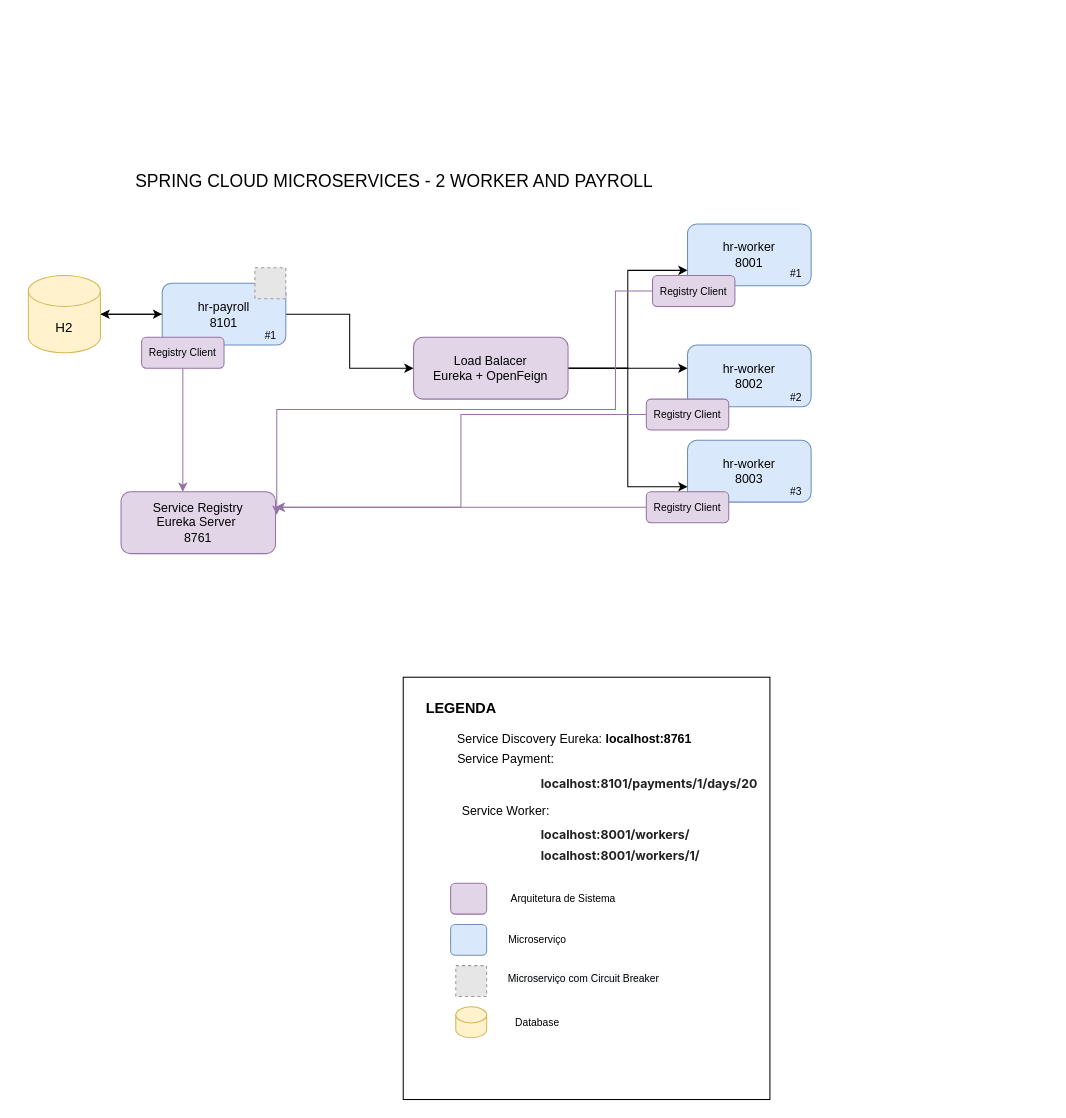
Above: Diagrama Microservico 2.drawio in CarlosRobertoMedeiros/study-microservice-springcloud-2 (draw.io), before the change. Source tidied: cells renumbered, new cells numbered last; positions are measured from the earlier drawing's top-left corner, leaving out a move shared by most shapes. Both pictures are drawn from the tidied source at 103%, with x=0, y=0 at pixel (28, 172). Pictures stored in the file or linked from it are replaced by grey dashed boxes.
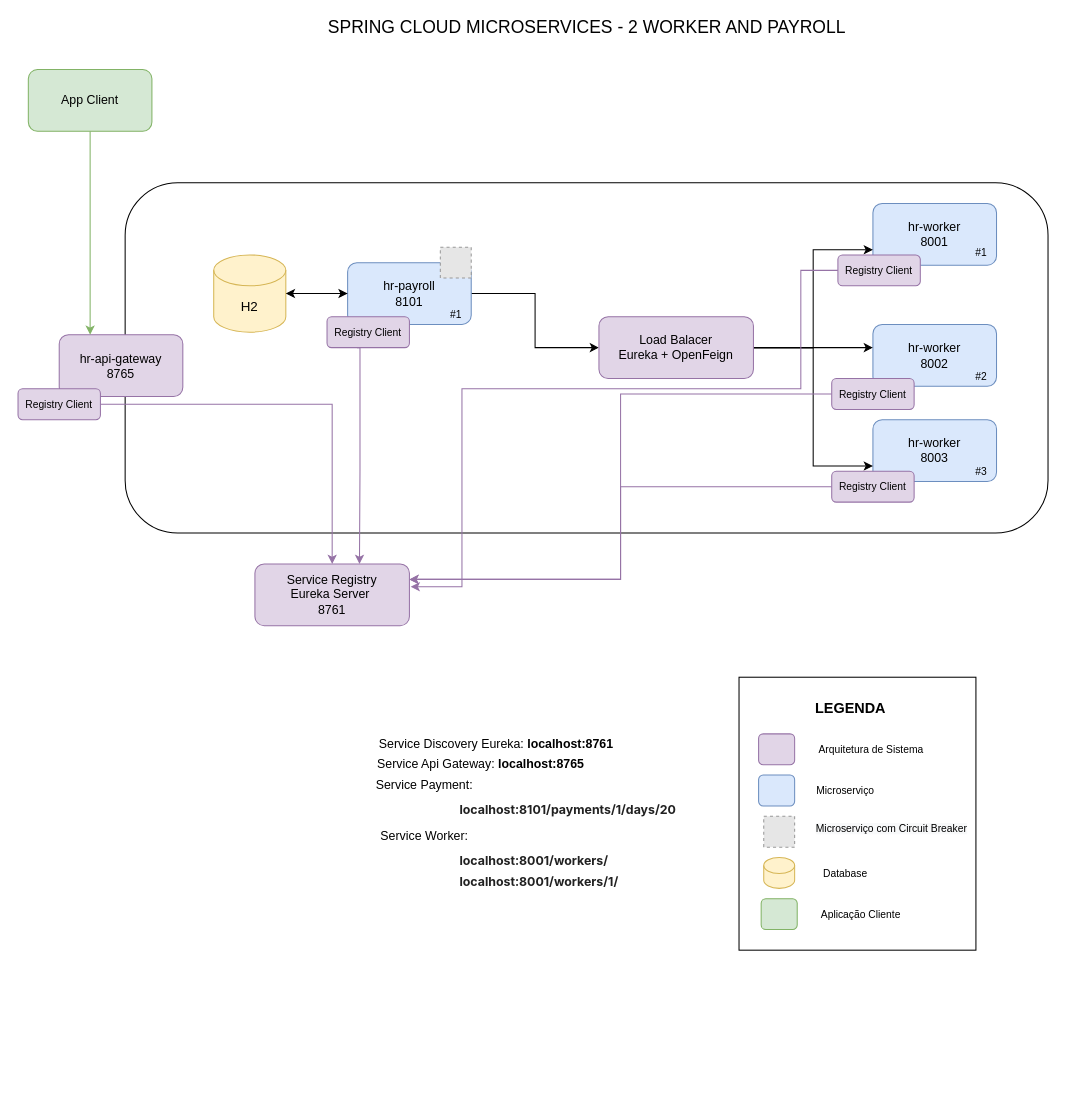
The same page after the edit.

Commit message (it also covers changes not shown here):
Implementado o Api Gateway, faltando apenas a configuração de timeout

What changed in the source:
```diff
@@
+    <mxCell id="46" style="rounded=1;whiteSpace=wrap;html=1;fontSize=10;" parent="1" vertex="1">
+      <mxGeometry x="94" y="10" width="896" height="340" as="geometry" />
+    </mxCell>
     <mxCell id="2" style="rounded=0;whiteSpace=wrap;html=1;" parent="1" vertex="1">
-      <mxGeometry x="364" y="490" width="356" height="410" as="geometry" />
+      <mxGeometry x="690" y="490" width="230" height="265" as="geometry" />
     </mxCell>
     <mxCell id="3" value="hr-worker&lt;br&gt;8001" style="rounded=1;whiteSpace=wrap;html=1;fillColor=#dae8fc;strokeColor=#6c8ebf;" parent="1" vertex="1">
-      <mxGeometry x="640" y="50" width="120" height="60" as="geometry" />
+      <mxGeometry x="820" y="30" width="120" height="60" as="geometry" />
     </mxCell>
     <mxCell id="4" style="edgeStyle=orthogonalEdgeStyle;rounded=0;jettySize=auto;html=1;fontSize=13;" parent="1" edge="1" source="6">
       <mxGeometry relative="1" as="geometry">
-        <mxPoint x="70" y="137.5" as="targetPoint" />
+        <mxPoint x="250" y="117.5" as="targetPoint" />
       </mxGeometry>
     </mxCell>
@@
     <mxCell id="6" value="hr-payroll&lt;br&gt;8101" style="rounded=1;whiteSpace=wrap;html=1;fillColor=#dae8fc;strokeColor=#6c8ebf;" parent="1" vertex="1">
-      <mxGeometry x="130" y="107.5" width="120" height="60" as="geometry" />
+      <mxGeometry x="310" y="87.5" width="120" height="60" as="geometry" />
     </mxCell>
     <mxCell id="7" value="&lt;font style=&quot;font-size: 17px&quot;&gt;SPRING CLOUD MICROSERVICES - 2 WORKER AND PAYROLL&lt;/font&gt;" style="text;html=1;align=center;verticalAlign=middle;strokeColor=none;fillColor=none;" parent="1" vertex="1">
-      <mxGeometry x="95" width="520" height="20" as="geometry" />
+      <mxGeometry x="282" y="-150" width="520" height="20" as="geometry" />
     </mxCell>
     <mxCell id="8" value="Service Registry&lt;br&gt;Eureka Server&amp;nbsp;&lt;br&gt;8761" style="rounded=1;whiteSpace=wrap;html=1;fillColor=#e1d5e7;strokeColor=#9673a6;" parent="1" vertex="1">
-      <mxGeometry x="90" y="310" width="150" height="60" as="geometry" />
+      <mxGeometry x="220" y="380" width="150" height="60" as="geometry" />
     </mxCell>
-    <mxCell id="9" value="Service Discovery Eureka: &lt;b&gt;localhost:8761&lt;/b&gt;" style="text;html=1;align=center;verticalAlign=middle;strokeColor=none;fillColor=none;" parent="1" vertex="1">
-      <mxGeometry x="410" y="540" width="240" height="20" as="geometry" />
-    </mxCell>
-    <mxCell id="10" value="Service Payment:&amp;nbsp;" style="text;html=1;align=center;verticalAlign=middle;strokeColor=none;fillColor=none;" parent="1" vertex="1">
-      <mxGeometry x="410" y="560" width="110" height="20" as="geometry" />
-    </mxCell>
-    <mxCell id="11" value="&lt;span style=&quot;color: rgb(33 , 33 , 33) ; font-family: &amp;#34;inter&amp;#34; , &amp;#34;opensans&amp;#34; , &amp;#34;helvetica&amp;#34; , &amp;#34;arial&amp;#34; , sans-serif ; font-size: 12px ; font-style: normal ; letter-spacing: normal ; text-align: left ; text-indent: 0px ; text-transform: none ; word-spacing: 0px ; background-color: rgb(255 , 255 , 255) ; display: inline ; float: none&quot;&gt;&lt;b&gt;localhost:8101/payments/1/days/20&lt;/b&gt;&lt;br&gt;&lt;/span&gt;" style="text;whiteSpace=wrap;html=1;" parent="1" vertex="1">
-      <mxGeometry x="496" y="580" width="190" height="40" as="geometry" />
-    </mxCell>
-    <mxCell id="12" value="&lt;b style=&quot;color: rgb(33 , 33 , 33) ; font-family: &amp;#34;inter&amp;#34; , &amp;#34;opensans&amp;#34; , &amp;#34;helvetica&amp;#34; , &amp;#34;arial&amp;#34; , sans-serif ; font-size: 12px ; font-style: normal ; letter-spacing: normal ; text-align: left ; text-indent: 0px ; text-transform: none ; word-spacing: 0px&quot;&gt;localhost:8001/workers/&lt;/b&gt;" style="text;whiteSpace=wrap;html=1;" parent="1" vertex="1">
-      <mxGeometry x="496" y="630" width="170" height="30" as="geometry" />
-    </mxCell>
-    <mxCell id="13" value="Service Worker:&amp;nbsp;" style="text;html=1;align=center;verticalAlign=middle;strokeColor=none;fillColor=none;" parent="1" vertex="1">
-      <mxGeometry x="415" y="610" width="100" height="20" as="geometry" />
-    </mxCell>
-    <mxCell id="14" value="&lt;b style=&quot;color: rgb(33, 33, 33); font-family: inter, opensans, helvetica, arial, sans-serif; font-size: 12px; font-style: normal; letter-spacing: normal; text-align: left; text-indent: 0px; text-transform: none; word-spacing: 0px;&quot;&gt;localhost:8001/workers/1/&lt;/b&gt;" style="text;whiteSpace=wrap;html=1;" parent="1" vertex="1">
-      <mxGeometry x="496" y="650" width="170" height="30" as="geometry" />
-    </mxCell>
     <mxCell id="15" value="&lt;b&gt;&lt;font style=&quot;font-size: 14px&quot;&gt;LEGENDA&lt;/font&gt;&lt;/b&gt;" style="text;html=1;align=center;verticalAlign=middle;strokeColor=none;fillColor=none;" parent="1" vertex="1">
-      <mxGeometry x="380" y="510" width="80" height="20" as="geometry" />
+      <mxGeometry x="758" y="510" width="80" height="20" as="geometry" />
     </mxCell>
     <mxCell id="16" style="edgeStyle=orthogonalEdgeStyle;rounded=0;jettySize=auto;html=1;entryX=0;entryY=0.5;entryDx=0;entryDy=0;fontSize=13;" parent="1" edge="1" source="17" target="6">
       <mxGeometry relative="1" as="geometry">
         <Array as="points">
-          <mxPoint x="70" y="138" />
-          <mxPoint x="70" y="138" />
+          <mxPoint x="250" y="118" />
+          <mxPoint x="250" y="118" />
         </Array>
       </mxGeometry>
     </mxCell>
     <mxCell id="17" value="&lt;span style=&quot;font-size: 13px&quot;&gt;H2&lt;/span&gt;" style="shape=cylinder3;whiteSpace=wrap;html=1;boundedLbl=1;backgroundOutline=1;size=15;fontSize=17;fillColor=#fff2cc;strokeColor=#d6b656;" parent="1" vertex="1">
-      <mxGeometry y="100" width="70" height="75" as="geometry" />
+      <mxGeometry x="180" y="80" width="70" height="75" as="geometry" />
     </mxCell>
     <mxCell id="18" style="fillColor=#E6E6E6;strokeColor=#999999;dashed=1;verticalLabelPosition=bottom;labelBackgroundColor=default;verticalAlign=top;" parent="1" vertex="1">
-      <mxGeometry x="220" y="92.5" width="30" height="30" as="geometry" />
+      <mxGeometry x="400" y="72.5" width="30" height="30" as="geometry" />
     </mxCell>
     <mxCell id="19" value="hr-worker&lt;br&gt;8002" style="rounded=1;whiteSpace=wrap;html=1;fillColor=#dae8fc;strokeColor=#6c8ebf;" parent="1" vertex="1">
-      <mxGeometry x="640" y="167.5" width="120" height="60" as="geometry" />
+      <mxGeometry x="820" y="147.5" width="120" height="60" as="geometry" />
     </mxCell>
     <mxCell id="20" value="hr-worker&lt;br&gt;8003" style="rounded=1;whiteSpace=wrap;html=1;fillColor=#dae8fc;strokeColor=#6c8ebf;" parent="1" vertex="1">
-      <mxGeometry x="640" y="260" width="120" height="60" as="geometry" />
+      <mxGeometry x="820" y="240" width="120" height="60" as="geometry" />
     </mxCell>
@@
     <mxCell id="22" style="edgeStyle=orthogonalEdgeStyle;rounded=0;jettySize=auto;html=1;fontSize=13;" parent="1" edge="1" source="24">
       <mxGeometry relative="1" as="geometry">
-        <mxPoint x="640" y="190" as="targetPoint" />
+        <mxPoint x="820" y="170" as="targetPoint" />
         <Array as="points">
-          <mxPoint x="640" y="190" />
+          <mxPoint x="820" y="170" />
         </Array>
       </mxGeometry>
     </mxCell>
@@
     <mxCell id="24" value="Load Balacer&lt;br&gt;Eureka + OpenFeign" style="rounded=1;whiteSpace=wrap;html=1;fillColor=#e1d5e7;strokeColor=#9673a6;" parent="1" vertex="1">
-      <mxGeometry x="374" y="160" width="150" height="60" as="geometry" />
+      <mxGeometry x="554" y="140" width="150" height="60" as="geometry" />
     </mxCell>
     <mxCell id="25" style="edgeStyle=orthogonalEdgeStyle;rounded=0;jettySize=auto;html=1;entryX=1.008;entryY=0.37;entryDx=0;entryDy=0;entryPerimeter=0;fontSize=10;fillColor=#e1d5e7;strokeColor=#9673a6;" parent="1" edge="1" source="26" target="8">
       <mxGeometry relative="1" as="geometry">
         <Array as="points">
-          <mxPoint x="570" y="115" />
-          <mxPoint x="570" y="230" />
-          <mxPoint x="241" y="230" />
+          <mxPoint x="750" y="95" />
+          <mxPoint x="750" y="210" />
+          <mxPoint x="421" y="210" />
         </Array>
       </mxGeometry>
     </mxCell>
     <mxCell id="26" value="&lt;font style=&quot;font-size: 10px&quot;&gt;Registry&amp;nbsp;Client&lt;/font&gt;" style="rounded=1;whiteSpace=wrap;html=1;fillColor=#e1d5e7;strokeColor=#9673a6;" parent="1" vertex="1">
-      <mxGeometry x="606" y="100" width="80" height="30" as="geometry" />
+      <mxGeometry x="786" y="80" width="80" height="30" as="geometry" />
     </mxCell>
@@
     <mxCell id="29" value="&lt;font style=&quot;font-size: 10px&quot;&gt;Registry&amp;nbsp;Client&lt;/font&gt;" style="rounded=1;whiteSpace=wrap;html=1;fillColor=#e1d5e7;strokeColor=#9673a6;" parent="1" vertex="1">
-      <mxGeometry x="600" y="220" width="80" height="30" as="geometry" />
+      <mxGeometry x="780" y="200" width="80" height="30" as="geometry" />
     </mxCell>
@@
     <mxCell id="31" value="&lt;font style=&quot;font-size: 10px&quot;&gt;Registry&amp;nbsp;Client&lt;/font&gt;" style="rounded=1;whiteSpace=wrap;html=1;fillColor=#e1d5e7;strokeColor=#9673a6;" parent="1" vertex="1">
-      <mxGeometry x="600" y="310" width="80" height="30" as="geometry" />
+      <mxGeometry x="780" y="290" width="80" height="30" as="geometry" />
     </mxCell>
-    <mxCell id="32" style="edgeStyle=orthogonalEdgeStyle;rounded=0;jettySize=auto;html=1;fontSize=10;fillColor=#e1d5e7;strokeColor=#9673a6;" parent="1" edge="1" source="33">
+    <mxCell id="32" style="edgeStyle=orthogonalEdgeStyle;rounded=0;orthogonalLoop=1;jettySize=auto;html=1;fontSize=10;fillColor=#e1d5e7;strokeColor=#9673a6;entryX=0.75;entryY=0;entryDx=0;entryDy=0;" parent="1" edge="1">
       <mxGeometry relative="1" as="geometry">
-        <mxPoint x="150" y="310" as="targetPoint" />
+        <mxPoint x="319" y="170" as="sourcePoint" />
+        <mxPoint x="321.5" y="380" as="targetPoint" />
         <Array as="points">
-          <mxPoint x="150" y="310" />
+          <mxPoint x="322" y="170" />
+          <mxPoint x="322" y="290" />
         </Array>
       </mxGeometry>
     </mxCell>
     <mxCell id="33" value="&lt;font style=&quot;font-size: 10px&quot;&gt;Registry&amp;nbsp;Client&lt;/font&gt;" style="rounded=1;whiteSpace=wrap;html=1;fillColor=#e1d5e7;strokeColor=#9673a6;" parent="1" vertex="1">
-      <mxGeometry x="110" y="160" width="80" height="30" as="geometry" />
+      <mxGeometry x="290" y="140" width="80" height="30" as="geometry" />
     </mxCell>
     <mxCell id="34" style="rounded=1;whiteSpace=wrap;html=1;fontSize=10;fillColor=#e1d5e7;strokeColor=#9673a6;" parent="1" vertex="1">
-      <mxGeometry x="410" y="690" width="35" height="30" as="geometry" />
+      <mxGeometry x="709" y="545" width="35" height="30" as="geometry" />
     </mxCell>
     <mxCell id="35" style="rounded=1;whiteSpace=wrap;html=1;fontSize=10;fillColor=#dae8fc;strokeColor=#6c8ebf;" parent="1" vertex="1">
-      <mxGeometry x="410" y="730" width="35" height="30" as="geometry" />
+      <mxGeometry x="709" y="585" width="35" height="30" as="geometry" />
     </mxCell>
     <mxCell id="36" value="Arquitetura de Sistema" style="text;html=1;align=center;verticalAlign=middle;strokeColor=none;fillColor=none;fontSize=10;" parent="1" vertex="1">
-      <mxGeometry x="459" y="695" width="120" height="20" as="geometry" />
+      <mxGeometry x="758" y="550" width="120" height="20" as="geometry" />
     </mxCell>
     <mxCell id="37" value="Microserviço" style="text;html=1;align=center;verticalAlign=middle;strokeColor=none;fillColor=none;fontSize=10;" parent="1" vertex="1">
-      <mxGeometry x="459" y="735" width="70" height="20" as="geometry" />
+      <mxGeometry x="758" y="590" width="70" height="20" as="geometry" />
     </mxCell>
     <mxCell id="38" style="fillColor=#E6E6E6;strokeColor=#999999;dashed=1;verticalLabelPosition=bottom;labelBackgroundColor=default;verticalAlign=top;" parent="1" vertex="1">
-      <mxGeometry x="415" y="770" width="30" height="30" as="geometry" />
+      <mxGeometry x="714" y="625" width="30" height="30" as="geometry" />
     </mxCell>
     <mxCell id="39" value="&lt;span style=&quot;color: rgb(0 , 0 , 0) ; font-family: &amp;#34;helvetica&amp;#34; ; font-size: 10px ; font-style: normal ; font-weight: 400 ; letter-spacing: normal ; text-align: center ; text-indent: 0px ; text-transform: none ; word-spacing: 0px ; background-color: rgb(248 , 249 , 250) ; display: inline ; float: none&quot;&gt;Microserviço com Circuit Breaker&lt;/span&gt;" style="text;whiteSpace=wrap;html=1;fontSize=10;" parent="1" vertex="1">
-      <mxGeometry x="464" y="770" width="150" height="30" as="geometry" />
+      <mxGeometry x="763" y="625" width="150" height="30" as="geometry" />
     </mxCell>
     <mxCell id="40" value="#1" style="text;html=1;align=center;verticalAlign=middle;strokeColor=none;fillColor=none;fontSize=10;" parent="1" vertex="1">
-      <mxGeometry x="220" y="147.5" width="30" height="20" as="geometry" />
+      <mxGeometry x="400" y="127.5" width="30" height="20" as="geometry" />
     </mxCell>
     <mxCell id="41" value="#1" style="text;html=1;align=center;verticalAlign=middle;strokeColor=none;fillColor=none;fontSize=10;" parent="1" vertex="1">
-      <mxGeometry x="730" y="87.5" width="30" height="20" as="geometry" />
+      <mxGeometry x="910" y="67.5" width="30" height="20" as="geometry" />
     </mxCell>
     <mxCell id="42" value="#2" style="text;html=1;align=center;verticalAlign=middle;strokeColor=none;fillColor=none;fontSize=10;" parent="1" vertex="1">
-      <mxGeometry x="730" y="207.5" width="30" height="20" as="geometry" />
+      <mxGeometry x="910" y="187.5" width="30" height="20" as="geometry" />
     </mxCell>
     <mxCell id="43" value="#3" style="text;html=1;align=center;verticalAlign=middle;strokeColor=none;fillColor=none;fontSize=10;" parent="1" vertex="1">
-      <mxGeometry x="730" y="300" width="30" height="20" as="geometry" />
+      <mxGeometry x="910" y="280" width="30" height="20" as="geometry" />
     </mxCell>
     <mxCell id="44" style="shape=cylinder3;whiteSpace=wrap;html=1;boundedLbl=1;backgroundOutline=1;size=7.800048828125;fontSize=17;fillColor=#fff2cc;strokeColor=#d6b656;" parent="1" vertex="1">
-      <mxGeometry x="415" y="810" width="30" height="30" as="geometry" />
+      <mxGeometry x="714" y="665" width="30" height="30" as="geometry" />
     </mxCell>
     <mxCell id="45" value="Database" style="text;html=1;align=center;verticalAlign=middle;strokeColor=none;fillColor=none;fontSize=10;" parent="1" vertex="1">
-      <mxGeometry x="464" y="815" width="60" height="20" as="geometry" />
+      <mxGeometry x="763" y="670" width="60" height="20" as="geometry" />
     </mxCell>
+    <mxCell id="47" value="hr-api-gateway&lt;br&gt;8765" style="rounded=1;whiteSpace=wrap;html=1;fillColor=#e1d5e7;strokeColor=#9673a6;" parent="1" vertex="1">
+      <mxGeometry x="30" y="157.5" width="120" height="60" as="geometry" />
+    </mxCell>
+    <mxCell id="48" style="edgeStyle=orthogonalEdgeStyle;rounded=0;jettySize=auto;html=1;fontSize=10;fillColor=#e1d5e7;strokeColor=#9673a6;" parent="1" edge="1" source="49" target="8">
+      <mxGeometry relative="1" as="geometry" />
+    </mxCell>
+    <mxCell id="49" value="&lt;font style=&quot;font-size: 10px&quot;&gt;Registry&amp;nbsp;Client&lt;/font&gt;" style="rounded=1;whiteSpace=wrap;html=1;fillColor=#e1d5e7;strokeColor=#9673a6;" parent="1" vertex="1">
+      <mxGeometry x="-10" y="210" width="80" height="30" as="geometry" />
+    </mxCell>
+    <mxCell id="50" style="edgeStyle=orthogonalEdgeStyle;rounded=0;jettySize=auto;html=1;fontSize=10;fillColor=#d5e8d4;strokeColor=#82b366;" parent="1" edge="1" source="51" target="47">
+      <mxGeometry relative="1" as="geometry">
+        <Array as="points">
+          <mxPoint x="60" y="110" />
+          <mxPoint x="60" y="110" />
+        </Array>
+      </mxGeometry>
+    </mxCell>
+    <mxCell id="51" value="App Client" style="rounded=1;whiteSpace=wrap;html=1;fillColor=#d5e8d4;strokeColor=#82b366;" parent="1" vertex="1">
+      <mxGeometry y="-100" width="120" height="60" as="geometry" />
+    </mxCell>
+    <mxCell id="52" style="rounded=1;whiteSpace=wrap;html=1;fontSize=10;fillColor=#d5e8d4;strokeColor=#82b366;" parent="1" vertex="1">
+      <mxGeometry x="711.5" y="705" width="35" height="30" as="geometry" />
+    </mxCell>
+    <mxCell id="53" value="Aplicação Cliente" style="text;html=1;align=center;verticalAlign=middle;strokeColor=none;fillColor=none;fontSize=10;" parent="1" vertex="1">
+      <mxGeometry x="763" y="710" width="90" height="20" as="geometry" />
+    </mxCell>
+    <mxCell id="54" value="Service Api Gateway: &lt;b&gt;localhost:8765&lt;/b&gt;" style="text;html=1;align=center;verticalAlign=middle;strokeColor=none;fillColor=none;" parent="1" vertex="1">
+      <mxGeometry x="329" y="565" width="220" height="20" as="geometry" />
+    </mxCell>
+    <mxCell id="10" value="Service Payment:&amp;nbsp;" style="text;html=1;align=center;verticalAlign=middle;strokeColor=none;fillColor=none;" parent="1" vertex="1">
+      <mxGeometry x="331" y="585" width="110" height="20" as="geometry" />
+    </mxCell>
+    <mxCell id="11" value="&lt;span style=&quot;color: rgb(33 , 33 , 33) ; font-family: &amp;#34;inter&amp;#34; , &amp;#34;opensans&amp;#34; , &amp;#34;helvetica&amp;#34; , &amp;#34;arial&amp;#34; , sans-serif ; font-size: 12px ; font-style: normal ; letter-spacing: normal ; text-align: left ; text-indent: 0px ; text-transform: none ; word-spacing: 0px ; background-color: rgb(255 , 255 , 255) ; display: inline ; float: none&quot;&gt;&lt;b&gt;localhost:8101/payments/1/days/20&lt;/b&gt;&lt;br&gt;&lt;/span&gt;" style="text;whiteSpace=wrap;html=1;" parent="1" vertex="1">
+      <mxGeometry x="417" y="605" width="190" height="40" as="geometry" />
+    </mxCell>
+    <mxCell id="12" value="&lt;b style=&quot;color: rgb(33 , 33 , 33) ; font-family: &amp;#34;inter&amp;#34; , &amp;#34;opensans&amp;#34; , &amp;#34;helvetica&amp;#34; , &amp;#34;arial&amp;#34; , sans-serif ; font-size: 12px ; font-style: normal ; letter-spacing: normal ; text-align: left ; text-indent: 0px ; text-transform: none ; word-spacing: 0px&quot;&gt;localhost:8001/workers/&lt;/b&gt;" style="text;whiteSpace=wrap;html=1;" parent="1" vertex="1">
+      <mxGeometry x="417" y="655" width="170" height="30" as="geometry" />
+    </mxCell>
+    <mxCell id="13" value="Service Worker:&amp;nbsp;" style="text;html=1;align=center;verticalAlign=middle;strokeColor=none;fillColor=none;" parent="1" vertex="1">
+      <mxGeometry x="336" y="635" width="100" height="20" as="geometry" />
+    </mxCell>
+    <mxCell id="14" value="&lt;b style=&quot;color: rgb(33, 33, 33); font-family: inter, opensans, helvetica, arial, sans-serif; font-size: 12px; font-style: normal; letter-spacing: normal; text-align: left; text-indent: 0px; text-transform: none; word-spacing: 0px;&quot;&gt;localhost:8001/workers/1/&lt;/b&gt;" style="text;whiteSpace=wrap;html=1;" parent="1" vertex="1">
+      <mxGeometry x="417" y="675" width="170" height="30" as="geometry" />
+    </mxCell>
+    <mxCell id="9" value="Service Discovery Eureka: &lt;b&gt;localhost:8761&lt;/b&gt;" style="text;html=1;align=center;verticalAlign=middle;strokeColor=none;fillColor=none;" parent="1" vertex="1">
+      <mxGeometry x="334" y="545" width="240" height="20" as="geometry" />
+    </mxCell>
```
